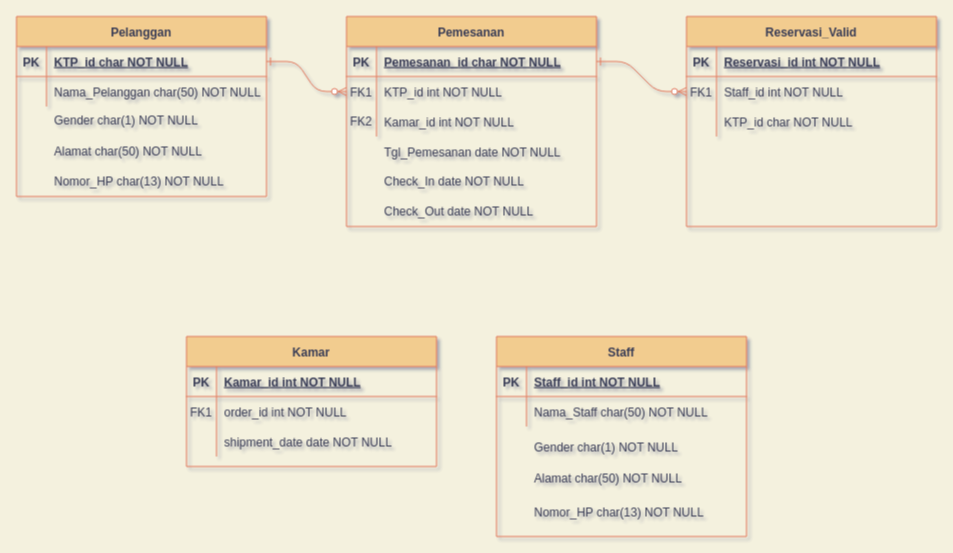
Before: Untitled Diagram.drawio in mewwwty/kuliah, a draw.io diagram. Source tidied: cells renumbered, new cells numbered last; positions are measured from the earlier drawing's top-left corner, leaving out a move shared by most shapes. Both pictures are drawn from the tidied source at 100%, with x=0, y=0 at pixel (16, 16).
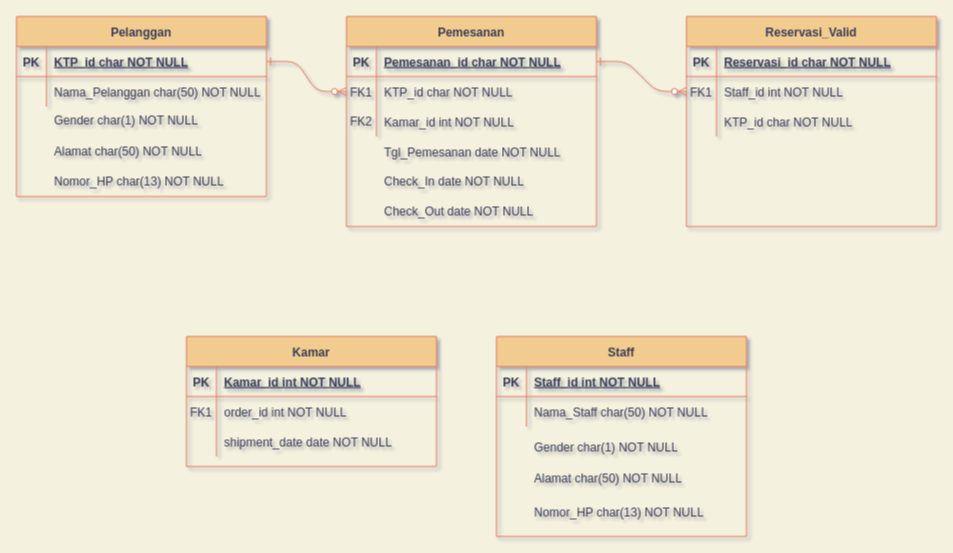
The same page after the edit.

Unchanged cells that the change refers to:
```xml
<mxCell id="8" style="shape=partialRectangle;fillColor=none;points=[[0,0.5],[1,0.5]];portConstraint=eastwest;top=0;left=0;right=0;bottom=0;strokeColor=#E07A5F;fontColor=#393C56;" parent="4" vertex="1">
  <mxGeometry y="60" width="250" height="30" as="geometry" />
</mxCell>
<mxCell id="15" style="shape=partialRectangle;fillColor=none;top=0;left=0;right=0;bottom=1;strokeColor=#E07A5F;fontColor=#393C56;" parent="14" vertex="1">
  <mxGeometry y="30" width="250" height="30" as="geometry" />
</mxCell>
```

The edit, as a diff of the source:
```diff
@@
-    <mxCell id="10" value="KTP_id int NOT NULL" style="shape=partialRectangle;overflow=hidden;fillColor=none;top=0;left=0;bottom=0;right=0;align=left;spacingLeft=6;strokeColor=#E07A5F;fontColor=#393C56;" parent="8" vertex="1">
+    <mxCell id="10" value="KTP_id char NOT NULL" style="shape=partialRectangle;overflow=hidden;fillColor=none;top=0;left=0;bottom=0;right=0;align=left;spacingLeft=6;strokeColor=#E07A5F;fontColor=#393C56;" parent="8" vertex="1">
       <mxGeometry x="30" width="220" height="30" as="geometry" />
     </mxCell>
@@
-    <mxCell id="17" value="Reservasi_id int NOT NULL " style="shape=partialRectangle;overflow=hidden;fillColor=none;top=0;left=0;bottom=0;right=0;align=left;spacingLeft=6;fontStyle=5;strokeColor=#E07A5F;fontColor=#393C56;" parent="15" vertex="1">
+    <mxCell id="17" value="Reservasi_id char NOT NULL " style="shape=partialRectangle;overflow=hidden;fillColor=none;top=0;left=0;bottom=0;right=0;align=left;spacingLeft=6;fontStyle=5;strokeColor=#E07A5F;fontColor=#393C56;" parent="15" vertex="1">
       <mxGeometry x="30" width="220" height="30" as="geometry" />
     </mxCell>
```
